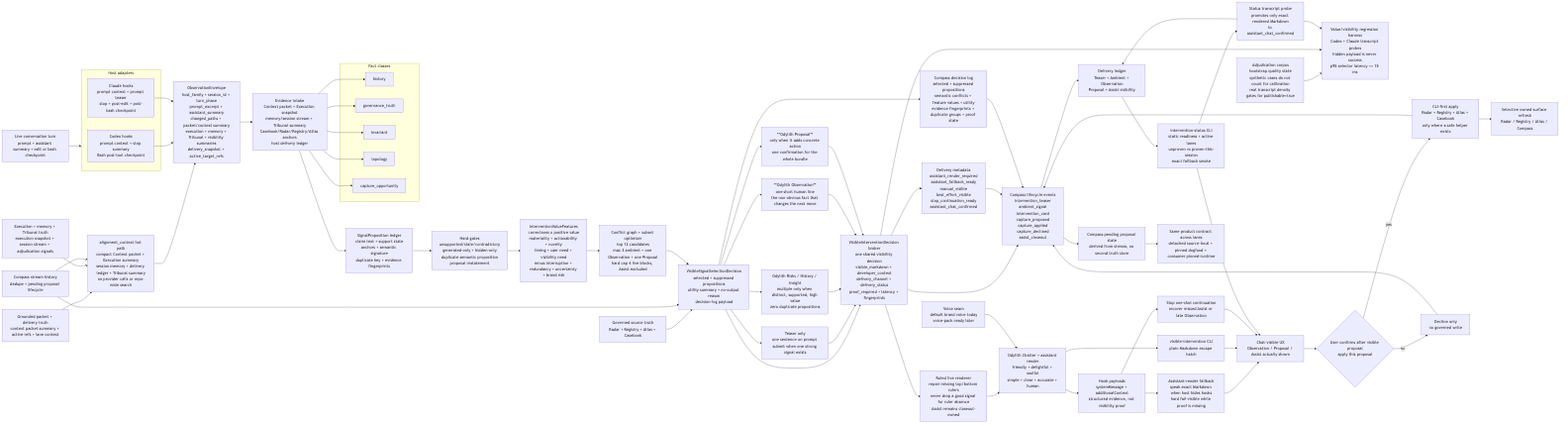
odylith/odylith keeps this Mermaid diagram as odylith/atlas/source/odylith-conversation-observation-and-governed-proposal-flow.png. Above is the earlier version. Its source is kept beside it as odylith/atlas/source/odylith-conversation-observation-and-governed-proposal-flow.mmd. Source of this version:
```mermaid
flowchart LR
    User["Live conversation turn<br/>prompt + assistant summary + edit or bash checkpoint"] --> Hosts
    Packet["Grounded packet + delivery truth<br/>context packet summary + active refs + lane context"] --> Alignment
    RuntimeTruth["Execution + memory + Tribunal truth<br/>execution snapshot + session stream + adjudication signals"] --> Alignment
    History["Governed source truth<br/>Radar + Registry + Atlas + Casebook"] --> Core
    Stream["Compass stream history<br/>dedupe + pending proposal lifecycle"] --> Alignment
    Stream --> Core
    Alignment["alignment_context hot path<br/>compact Context packet + Execution summary<br/>session memory + delivery ledger + Tribunal summary<br/>no provider calls or repo-wide search"] --> Envelope

    subgraph Hosts["Host adapters"]
        Codex["Codex hooks<br/>prompt context + stop summary<br/>Bash post-tool checkpoint"]
        Claude["Claude hooks<br/>prompt context + prompt teaser<br/>stop + post-edit + post-bash checkpoint"]
    end

    Codex --> Envelope["ObservationEnvelope<br/>host_family + session_id + turn_phase<br/>prompt_excerpt + assistant_summary<br/>changed_paths + packet/context summary<br/>execution + memory + Tribunal + visibility summaries<br/>delivery_snapshot + active_target_refs"]
    Claude --> Envelope

    Envelope --> Intake["Evidence intake<br/>Context packet + Execution snapshot<br/>memory/session stream + Tribunal summary<br/>Casebook/Radar/Registry/Atlas anchors<br/>host delivery ledger"]

    subgraph Facts["Fact classes"]
        HistoryFact["history"]
        GovernanceTruth["governance_truth"]
        Invariant["invariant"]
        Topology["topology"]
        Opportunity["capture_opportunity"]
    end

    Intake --> HistoryFact
    Intake --> GovernanceTruth
    Intake --> Invariant
    Intake --> Topology
    Intake --> Opportunity
    Intake --> Propositions["SignalProposition ledger<br/>claim text + support state<br/>anchors + semantic signature<br/>duplicate key + evidence fingerprints"]
    Propositions --> HardGates["Hard gates<br/>unsupported/stale/contradictory<br/>generated-only + hidden-only<br/>duplicate semantic proposition<br/>proposal restatement"]
    HardGates --> Features["InterventionValueFeatures<br/>correctness x positive value<br/>materiality + actionability + novelty<br/>timing + user need + visibility need<br/>minus interruption + redundancy + uncertainty + brand risk"]
    Features --> ConflictGraph["Conflict graph + subset optimizer<br/>top 12 candidates<br/>max 3 ambient + one Observation + one Proposal<br/>hard cap 4 live blocks, Assist excluded"]
    ConflictGraph --> Core["VisibleSignalSelectionDecision<br/>selected + suppressed propositions<br/>utility summary + no-output reason<br/>decision-log payload"]

    Core --> Teaser["Teaser only<br/>one sentence on prompt submit when one strong signal exists"]
    Core --> Ambient["Odylith Risks / History / Insight<br/>multiple only when distinct, supported, high value<br/>zero duplicate propositions"]
    Core --> Observation["**Odylith Observation**<br/>one short human line<br/>the non-obvious fact that changes the next move"]
    Core --> Proposal["**Odylith Proposal**<br/>only when it adds concrete action<br/>one confirmation for the whole bundle"]
    Core --> Broker["VisibleInterventionDecision broker<br/>one shared visibility decision<br/>visible_markdown + developer_context<br/>delivery_channel + delivery_status<br/>proof_required + latency + fingerprints"]

    Teaser --> Broker
    Ambient --> Broker
    Observation --> Broker
    Proposal --> Broker
    Broker --> Events["Compass lifecycle events<br/>intervention_teaser<br/>ambient_signal<br/>intervention_card<br/>capture_proposed<br/>capture_applied<br/>capture_declined<br/>assist_closeout"]
    Broker --> DeliveryMetadata["Delivery metadata<br/>assistant_render_required<br/>assistant_fallback_ready<br/>manual_visible<br/>best_effort_visible<br/>stop_continuation_ready<br/>assistant_chat_confirmed"]

    Broker --> Renderer["Ruled live renderer<br/>repair missing top/bottom rulers<br/>never drop a good signal for ruler absence<br/>Assist remains closeout-owned"]
    Renderer --> Chatter["Odylith Chatter + assistant render<br/>friendly + delightful + soulful<br/>simple + clear + accurate + human"]
    Chatter --> HookPayloads["Hook payloads<br/>systemMessage + additionalContext<br/>structured evidence, not visibility proof"]
    HookPayloads --> AssistantFallback["Assistant-render fallback<br/>speak exact Markdown when host hides hooks<br/>hard fail-visible while proof is missing"]
    Chatter --> ManualVisible["visible-intervention CLI<br/>plain Markdown escape hatch"]
    AssistantFallback --> Chat["Chat-visible UX<br/>Observation / Proposal / Assist actually shown"]
    ManualVisible --> Chat
    HookPayloads --> StopGuard["Stop one-shot continuation<br/>recover missed Assist or late Observation"]
    StopGuard --> Chat
    DeliveryMetadata --> Events
    Events --> Ledger["Delivery ledger<br/>Teaser + Ambient + Observation<br/>Proposal + Assist visibility"]
    Ledger --> Status["intervention-status CLI<br/>static readiness + active lanes<br/>unproven vs proven-this-session<br/>exact fallback smoke"]
    Status --> ChatProbe["Status transcript probe<br/>promotes only exact rendered Markdown<br/>to assistant_chat_confirmed"]
    ChatProbe --> Ledger
    Status --> Chat
    Core --> DecisionLog["Compass decision log<br/>selected + suppressed propositions<br/>semantic conflicts + feature values + utility<br/>evidence fingerprints + duplicate groups + proof state"]
    DecisionLog --> Events
    Corpus["Adjudication corpus<br/>bootstrap quality state<br/>synthetic cases do not count for calibration<br/>real transcript density gates for publishable=true"] --> Benchmark
    Broker --> Benchmark["Value/visibility regression harness<br/>Codex + Claude transcript probes<br/>hidden payload is never success<br/>p95 selector latency <= 15 ms"]
    ChatProbe --> Benchmark

    Chat --> Confirm{"User confirms after visible proposal<br/>apply this proposal"}
    Confirm -->|yes| Apply["CLI-first apply<br/>Radar + Registry + Atlas + Casebook<br/>only where a safe helper exists"]
    Confirm -->|no| Decline["Decline only<br/>no governed write"]

    Apply --> Refresh["Selective owned-surface refresh<br/>Radar / Registry / Atlas / Compass"]
    Apply --> Events
    Decline --> Events
    Events --> Pending["Compass pending proposal state<br/>derived from stream, no second truth store"]

    Voice["Voice seam<br/>default brand voice today<br/>voice-pack ready later"] --> Chatter
    Pending --> Lanes["Same product contract across lanes<br/>detached source-local + pinned dogfood + consumer pinned-runtime"]
```
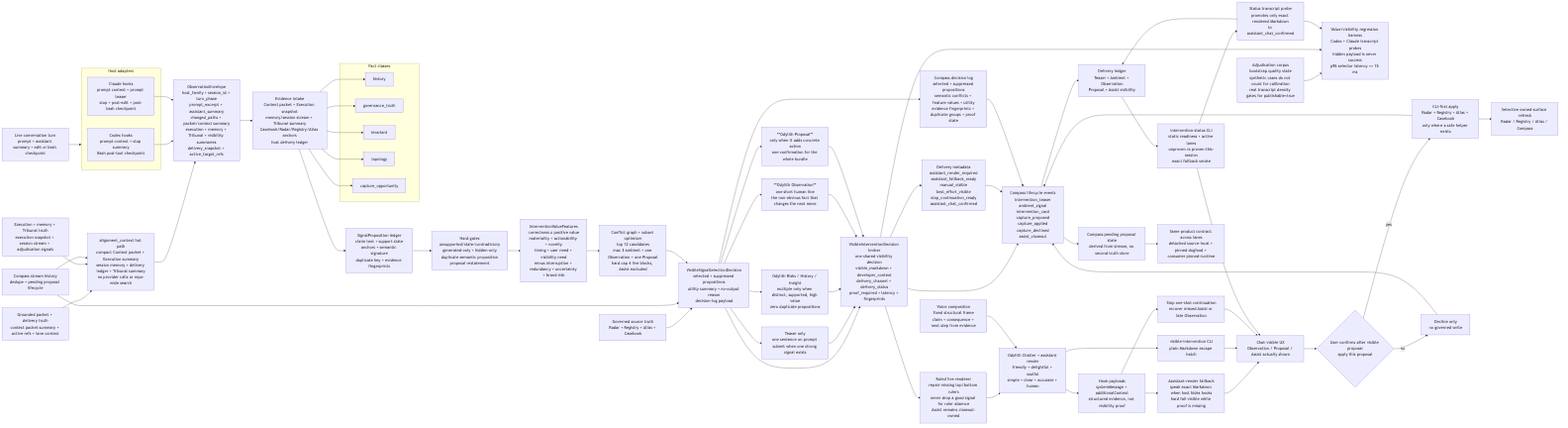
Later version of the same file.

What changed in the source:
```diff
@@ -79,5 +79,5 @@
     Decline --> Events
     Events --> Pending["Compass pending proposal state<br/>derived from stream, no second truth store"]
 
-    Voice["Voice seam<br/>default brand voice today<br/>voice-pack ready later"] --> Chatter
+    Voice["Voice composition<br/>fixed structural frame<br/>claim + consequence + next step from evidence"] --> Chatter
     Pending --> Lanes["Same product contract across lanes<br/>detached source-local + pinned dogfood + consumer pinned-runtime"]
```
